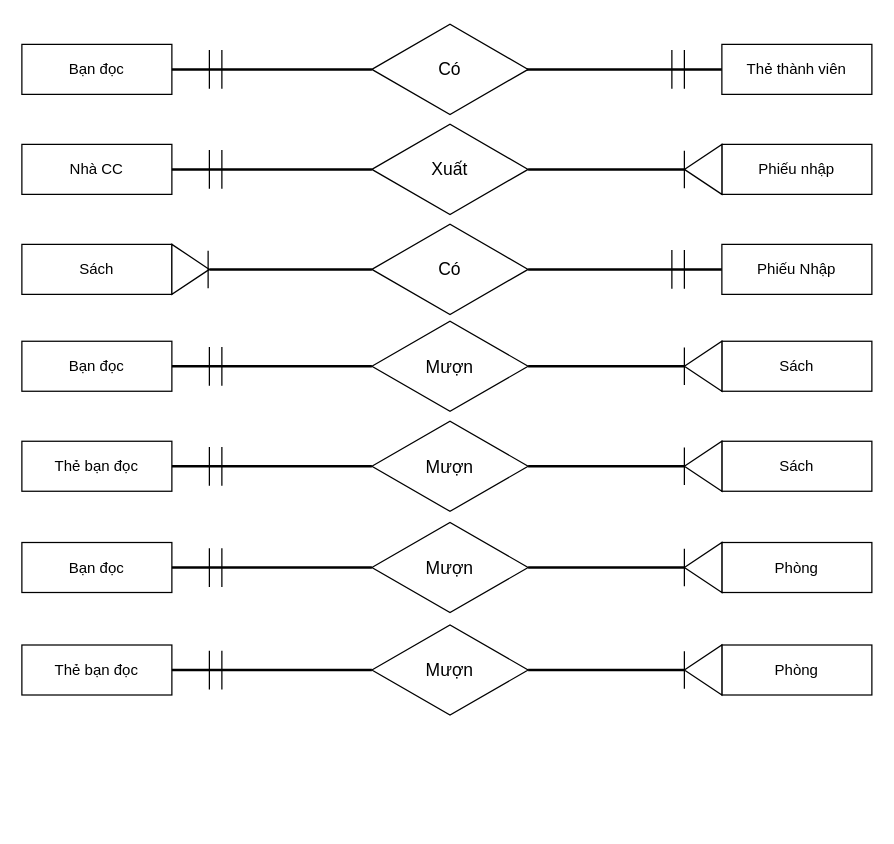
This is page "Sơ đồ E-R" (3 of 9) of Nhóm 1.drawio from Nguyenquynh235/DoAnNhom1, a draw.io file, before an edit. Source tidied: cells renumbered, new cells numbered last; positions are measured from the earlier drawing's top-left corner, leaving out a move shared by most shapes. Both pictures are drawn from the tidied source at 125%, with x=0, y=0 at pixel (21, 21).
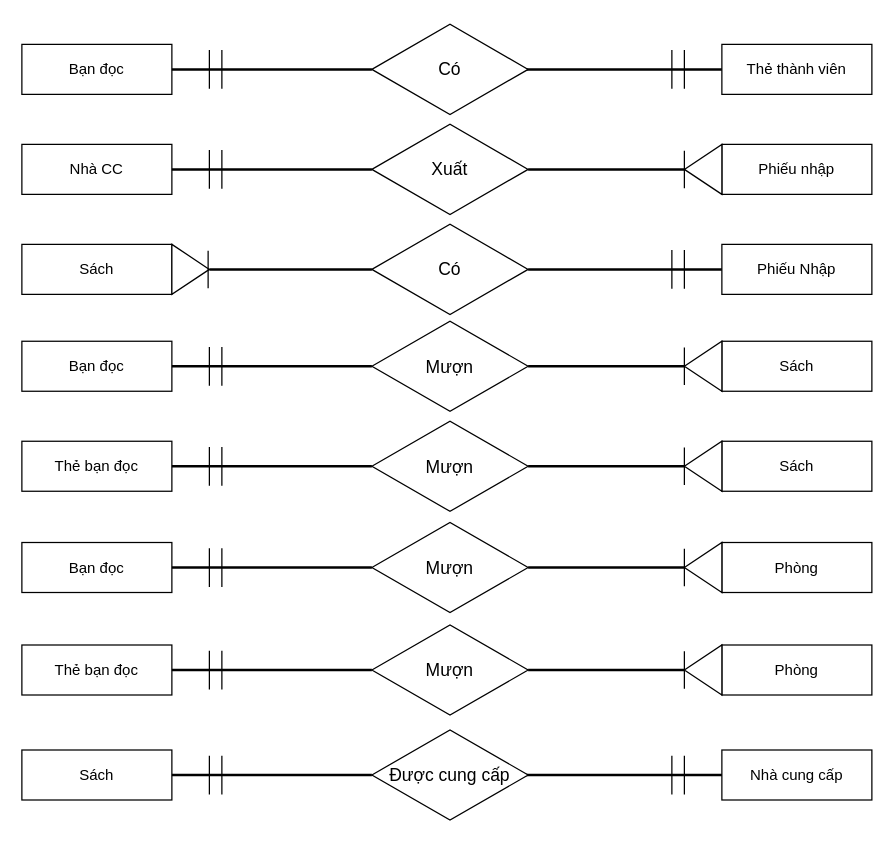
The same page after the edit.

The edit, as a diff of the source:
```diff
@@
+    <mxCell id="57" value="Sách" style="rounded=0;whiteSpace=wrap;html=1;" parent="1" vertex="1">
+      <mxGeometry y="582.5" width="120" height="40" as="geometry" />
+    </mxCell>
+    <mxCell id="58" value="Nhà cung cấp" style="rounded=0;whiteSpace=wrap;html=1;" parent="1" vertex="1">
+      <mxGeometry x="560" y="582.5" width="120" height="40" as="geometry" />
+    </mxCell>
+    <mxCell id="59" style="line;strokeWidth=2;html=1;" parent="1" vertex="1">
+      <mxGeometry x="120" y="597.5" width="160" height="10" as="geometry" />
+    </mxCell>
+    <mxCell id="60" style="line;strokeWidth=2;html=1;" parent="1" vertex="1">
+      <mxGeometry x="400" y="597.5" width="160" height="10" as="geometry" />
+    </mxCell>
+    <mxCell id="61" value="&lt;span style=&quot;font-size: 14px;&quot;&gt;Được cung cấp&lt;/span&gt;" style="html=1;whiteSpace=wrap;shape=isoRectangle;" parent="1" vertex="1">
+      <mxGeometry x="280" y="565" width="125" height="75" as="geometry" />
+    </mxCell>
+    <mxCell id="62" style="shape=partialRectangle;whiteSpace=wrap;html=1;bottom=0;top=0;fillColor=none;" parent="1" vertex="1">
+      <mxGeometry x="150" y="587.5" width="10" height="30" as="geometry" />
+    </mxCell>
+    <mxCell id="63" style="shape=partialRectangle;whiteSpace=wrap;html=1;bottom=0;top=0;fillColor=none;" parent="1" vertex="1">
+      <mxGeometry x="520" y="587.5" width="10" height="30" as="geometry" />
+    </mxCell>
```
